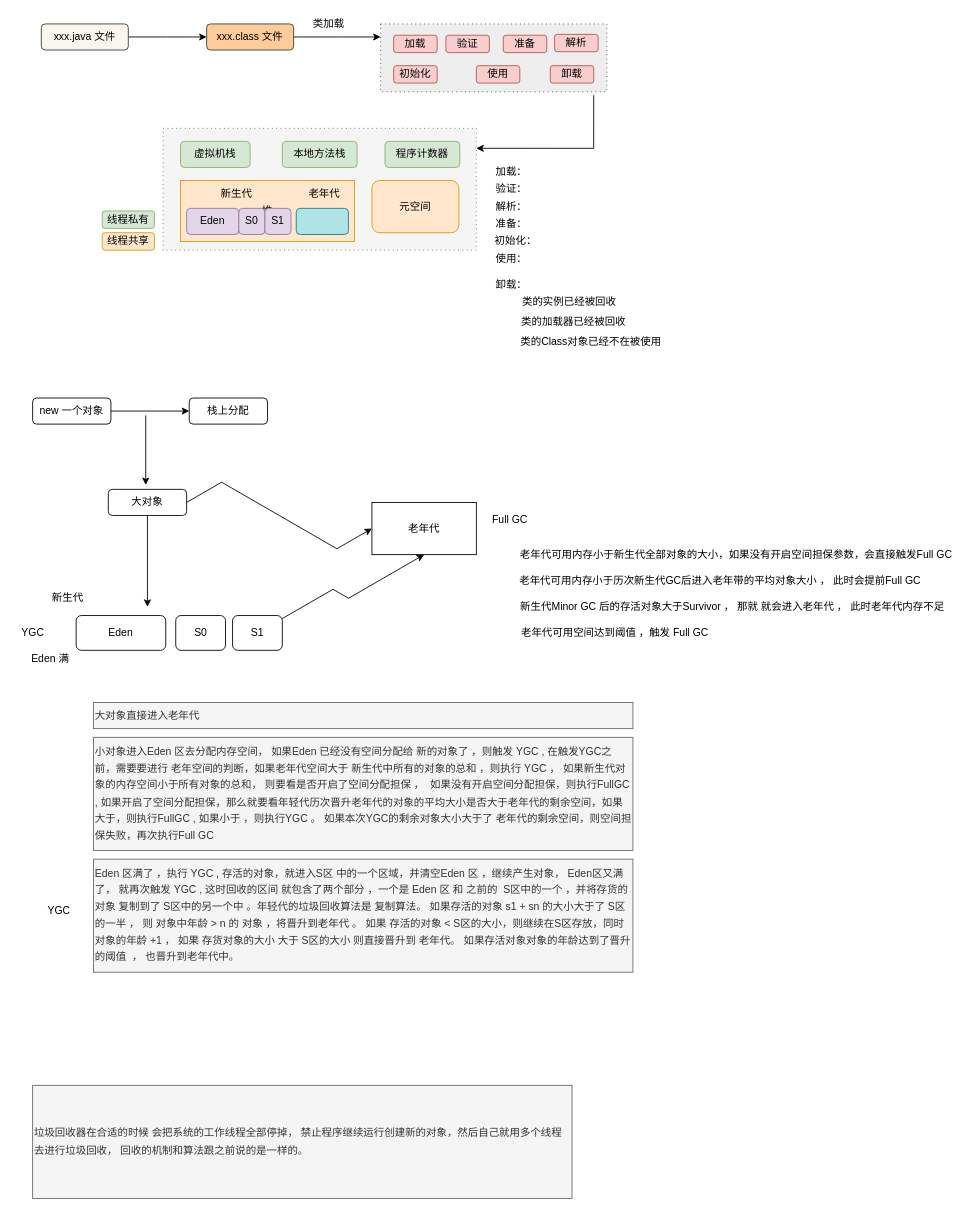
topyuluo/photo-project keeps this draw.io diagram as page "原理知识" (1 of 2) of JVM.drawio. Above is the earlier version. Source tidied: cells renumbered, new cells numbered last; positions are measured from the earlier drawing's top-left corner, leaving out a move shared by most shapes. Both pictures are drawn from the tidied source at 87%, with x=0, y=0 at pixel (15, 15).
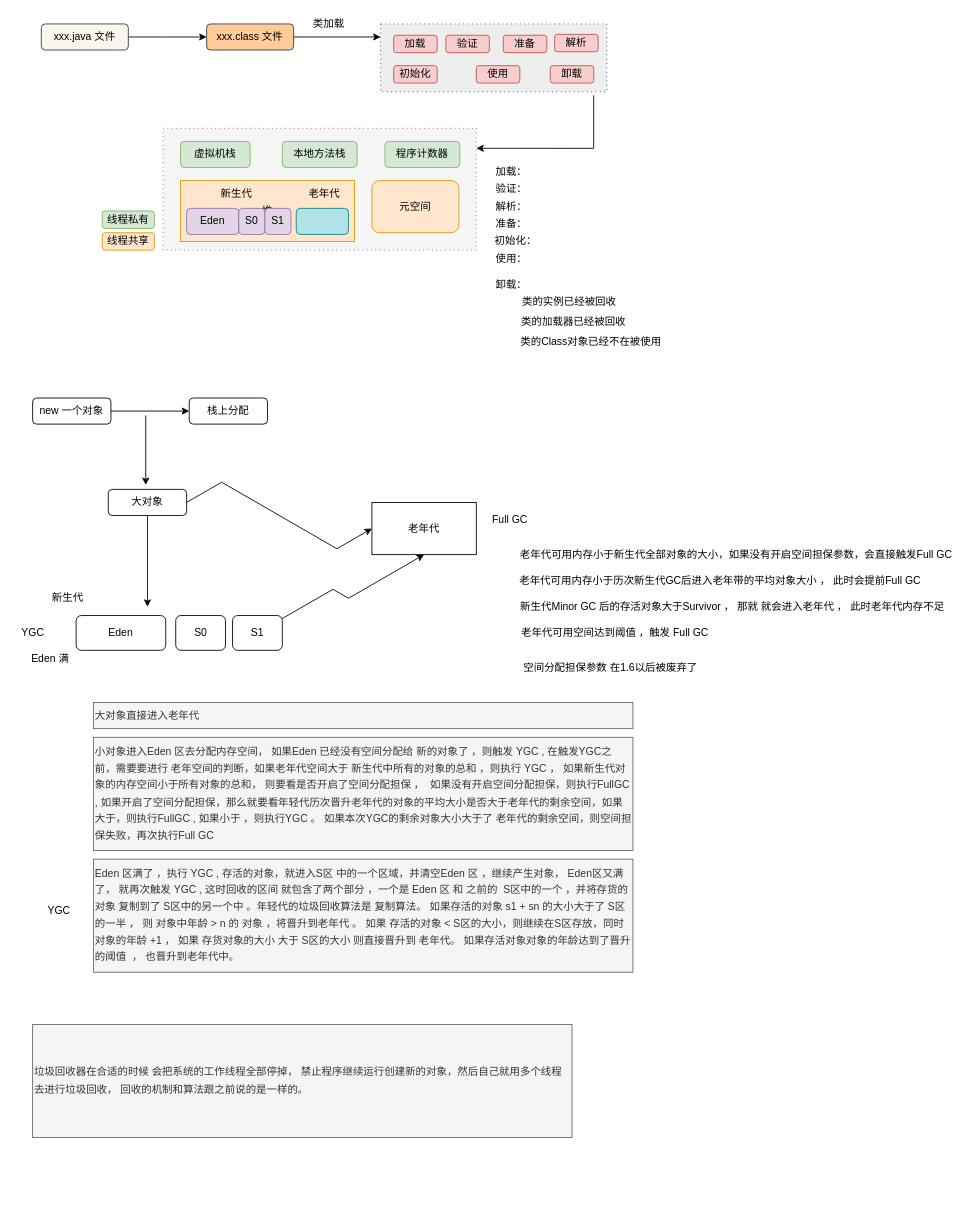
The same diagram, later.

Diff of the diagram source:
```diff
@@
     <mxCell id="62" value="&lt;p style=&quot;line-height: 160%&quot;&gt;垃圾回收器在合适的时候 会把系统的工作线程全部停掉， 禁止程序继续运行创建新的对象，然后自己就用多个线程去进行垃圾回收， 回收的机制和算法跟之前说的是一样的。&lt;/p&gt;" style="text;html=1;strokeColor=#666666;fillColor=#f5f5f5;align=left;verticalAlign=middle;whiteSpace=wrap;rounded=0;fontColor=#333333;" parent="1" vertex="1">
-      <mxGeometry x="20" y="1230" width="620" height="130" as="geometry" />
+      <mxGeometry x="20" y="1160" width="620" height="130" as="geometry" />
     </mxCell>
@@
+    <mxCell id="67" value="空间分配担保参数 在1.6以后被废弃了" style="text;html=1;align=center;verticalAlign=middle;strokeColor=none;" parent="1" vertex="1">
+      <mxGeometry x="574" y="740" width="220" height="20" as="geometry" />
+    </mxCell>
```
